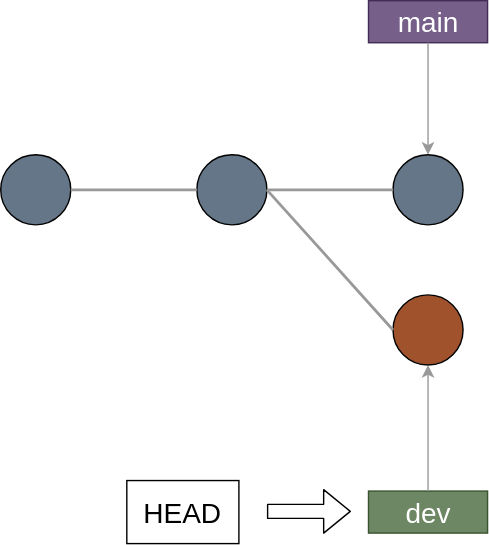
Before: slidev/drawio/git_branch.svg, a diagram exported from draw.io (kazuyanagimoto/github-workshop). Source tidied: cells renumbered, new cells last; positions are measured from the earlier drawing's top-left corner, leaving out a move shared by most shapes.
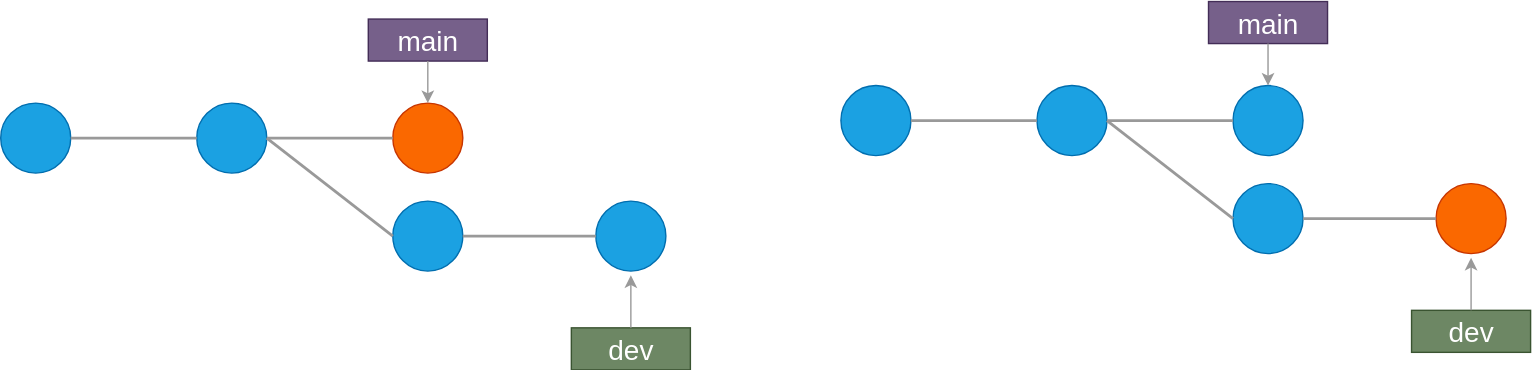
Later version of the same file.

Change to the diagram source:
```diff
@@ -2,17 +2,17 @@
   <root>
     <mxCell id="0" />
     <mxCell id="1" parent="0" />
-    <mxCell id="2" style="ellipse;whiteSpace=wrap;html=1;fillColor=#647687;fontColor=#ffffff;strokeColor=#000000;" parent="1" vertex="1">
+    <mxCell id="2" style="ellipse;whiteSpace=wrap;html=1;fillColor=#1ba1e2;fontColor=#ffffff;strokeColor=#006EAF;" parent="1" vertex="1">
       <mxGeometry y="110" width="50" height="50" as="geometry" />
     </mxCell>
-    <mxCell id="3" style="ellipse;whiteSpace=wrap;html=1;fillColor=#647687;fontColor=#ffffff;strokeColor=#000000;" parent="1" vertex="1">
+    <mxCell id="3" style="ellipse;whiteSpace=wrap;html=1;fillColor=#1ba1e2;fontColor=#ffffff;strokeColor=#006EAF;" parent="1" vertex="1">
       <mxGeometry x="140" y="110" width="50" height="50" as="geometry" />
     </mxCell>
-    <mxCell id="4" style="ellipse;whiteSpace=wrap;html=1;fillColor=#647687;fontColor=#ffffff;strokeColor=#000000;" parent="1" vertex="1">
+    <mxCell id="4" style="ellipse;whiteSpace=wrap;html=1;fillColor=#fa6800;fontColor=#000000;strokeColor=#C73500;" parent="1" vertex="1">
       <mxGeometry x="280" y="110" width="50" height="50" as="geometry" />
     </mxCell>
-    <mxCell id="5" style="ellipse;whiteSpace=wrap;html=1;fontColor=#ffffff;strokeColor=#000000;fillColor=#A0522D;" parent="1" vertex="1">
-      <mxGeometry x="280" y="210" width="50" height="50" as="geometry" />
+    <mxCell id="5" style="ellipse;whiteSpace=wrap;html=1;fontColor=#ffffff;strokeColor=#006EAF;fillColor=#1ba1e2;" parent="1" vertex="1">
+      <mxGeometry x="280" y="180" width="50" height="50" as="geometry" />
     </mxCell>
     <mxCell id="6" style="endArrow=none;html=1;exitX=1;exitY=0.5;exitDx=0;exitDy=0;entryX=0;entryY=0.5;entryDx=0;entryDy=0;strokeColor=#999999;strokeWidth=2;" parent="1" edge="1" source="2" target="3">
       <mxGeometry relative="1" as="geometry" />
@@ -24,25 +24,83 @@
       <mxGeometry relative="1" as="geometry" />
     </mxCell>
     <mxCell id="9" value="main" style="rounded=1;whiteSpace=wrap;html=1;fillColor=#76608a;strokeColor=#432D57;fontColor=#ffffff;fontSize=20;arcSize=0;" parent="1" vertex="1">
-      <mxGeometry x="262.5" width="85" height="30" as="geometry" />
+      <mxGeometry x="262.5" y="50" width="85" height="30" as="geometry" />
     </mxCell>
     <mxCell id="10" style="endArrow=classic;html=1;fontSize=20;exitX=0.5;exitY=1;exitDx=0;exitDy=0;entryX=0.5;entryY=0;entryDx=0;entryDy=0;strokeColor=#999999;" parent="1" edge="1" source="9" target="4">
       <mxGeometry relative="1" as="geometry" />
     </mxCell>
     <mxCell id="11" value="dev" style="rounded=1;whiteSpace=wrap;html=1;fillColor=#6d8764;strokeColor=#3A5431;fontColor=#ffffff;fontSize=20;arcSize=0;" parent="1" vertex="1">
-      <mxGeometry x="262.5" y="350" width="85" height="30" as="geometry" />
+      <mxGeometry x="407.5" y="270.5" width="85" height="30" as="geometry" />
     </mxCell>
-    <mxCell id="12" style="endArrow=classic;html=1;fontSize=20;exitX=0.5;exitY=0;exitDx=0;exitDy=0;entryX=0.5;entryY=1;entryDx=0;entryDy=0;strokeColor=#999999;" parent="1" edge="1" source="11" target="5">
-      <mxGeometry relative="1" as="geometry" />
+    <mxCell id="12" style="endArrow=classic;html=1;fontSize=20;exitX=0.5;exitY=0;exitDx=0;exitDy=0;entryX=0.5;entryY=1;entryDx=0;entryDy=0;strokeColor=#999999;" parent="1" edge="1" source="11">
+      <mxGeometry relative="1" as="geometry">
+        <mxPoint x="450" y="233" as="targetPoint" />
+      </mxGeometry>
     </mxCell>
-    <mxCell id="13" value="HEAD" style="rounded=0;whiteSpace=wrap;html=1;fontSize=20;" parent="1" vertex="1">
-      <mxGeometry x="90" y="342.5" width="80" height="45" as="geometry" />
+    <mxCell id="13" value="HEAD" style="rounded=0;whiteSpace=wrap;html=1;fontSize=20;fillColor=none;fontColor=#FFFFFF;strokeColor=#FFFFFF;" parent="1" vertex="1">
+      <mxGeometry x="90" y="42.5" width="80" height="45" as="geometry" />
     </mxCell>
-    <mxCell id="14" style="shape=flexArrow;endArrow=classic;html=1;fontSize=20;" parent="1" edge="1">
+    <mxCell id="14" style="shape=flexArrow;endArrow=classic;html=1;fontSize=20;strokeColor=#FFFFFF;" parent="1" edge="1">
       <mxGeometry relative="1" as="geometry">
-        <mxPoint x="190" y="364.5" as="sourcePoint" />
-        <mxPoint x="250" y="364.5" as="targetPoint" />
+        <mxPoint x="190" y="64.5" as="sourcePoint" />
+        <mxPoint x="250" y="64.5" as="targetPoint" />
       </mxGeometry>
     </mxCell>
+    <mxCell id="15" style="ellipse;whiteSpace=wrap;html=1;fontColor=#ffffff;strokeColor=#006EAF;fillColor=#1ba1e2;" parent="1" vertex="1">
+      <mxGeometry x="425" y="180" width="50" height="50" as="geometry" />
+    </mxCell>
+    <mxCell id="16" style="endArrow=none;html=1;strokeWidth=2;entryX=0;entryY=0.5;entryDx=0;entryDy=0;strokeColor=#999999;exitX=1;exitY=0.5;exitDx=0;exitDy=0;" parent="1" edge="1" source="5" target="15">
+      <mxGeometry relative="1" as="geometry" />
+    </mxCell>
+    <mxCell id="17" style="ellipse;whiteSpace=wrap;html=1;fillColor=#1ba1e2;fontColor=#ffffff;strokeColor=#006EAF;" parent="1" vertex="1">
+      <mxGeometry x="600" y="97.5" width="50" height="50" as="geometry" />
+    </mxCell>
+    <mxCell id="18" style="ellipse;whiteSpace=wrap;html=1;fillColor=#1ba1e2;fontColor=#ffffff;strokeColor=#006EAF;" parent="1" vertex="1">
+      <mxGeometry x="740" y="97.5" width="50" height="50" as="geometry" />
+    </mxCell>
+    <mxCell id="19" style="ellipse;whiteSpace=wrap;html=1;fillColor=#1ba1e2;fontColor=#ffffff;strokeColor=#006EAF;" parent="1" vertex="1">
+      <mxGeometry x="880" y="97.5" width="50" height="50" as="geometry" />
+    </mxCell>
+    <mxCell id="20" style="ellipse;whiteSpace=wrap;html=1;fontColor=#ffffff;strokeColor=#006EAF;fillColor=#1ba1e2;" parent="1" vertex="1">
+      <mxGeometry x="880" y="167.5" width="50" height="50" as="geometry" />
+    </mxCell>
+    <mxCell id="21" style="endArrow=none;html=1;exitX=1;exitY=0.5;exitDx=0;exitDy=0;entryX=0;entryY=0.5;entryDx=0;entryDy=0;strokeColor=#999999;strokeWidth=2;" parent="1" edge="1" source="17" target="18">
+      <mxGeometry relative="1" as="geometry" />
+    </mxCell>
+    <mxCell id="22" style="endArrow=none;html=1;entryX=0;entryY=0.5;entryDx=0;entryDy=0;exitX=1;exitY=0.5;exitDx=0;exitDy=0;strokeColor=#999999;strokeWidth=2;" parent="1" edge="1" source="18" target="19">
+      <mxGeometry relative="1" as="geometry" />
+    </mxCell>
+    <mxCell id="23" style="endArrow=none;html=1;exitX=1;exitY=0.5;exitDx=0;exitDy=0;strokeWidth=2;entryX=0;entryY=0.5;entryDx=0;entryDy=0;strokeColor=#999999;" parent="1" edge="1" source="18" target="20">
+      <mxGeometry relative="1" as="geometry" />
+    </mxCell>
+    <mxCell id="24" value="main" style="rounded=1;whiteSpace=wrap;html=1;fillColor=#76608a;strokeColor=#432D57;fontColor=#ffffff;fontSize=20;arcSize=0;" parent="1" vertex="1">
+      <mxGeometry x="862.5" y="37.5" width="85" height="30" as="geometry" />
+    </mxCell>
+    <mxCell id="25" style="endArrow=classic;html=1;fontSize=20;exitX=0.5;exitY=1;exitDx=0;exitDy=0;entryX=0.5;entryY=0;entryDx=0;entryDy=0;strokeColor=#999999;" parent="1" edge="1" source="24" target="19">
+      <mxGeometry relative="1" as="geometry" />
+    </mxCell>
+    <mxCell id="26" value="dev" style="rounded=1;whiteSpace=wrap;html=1;fillColor=#6d8764;strokeColor=#3A5431;fontColor=#ffffff;fontSize=20;arcSize=0;" parent="1" vertex="1">
+      <mxGeometry x="1007.5" y="258" width="85" height="30" as="geometry" />
+    </mxCell>
+    <mxCell id="27" style="endArrow=classic;html=1;fontSize=20;exitX=0.5;exitY=0;exitDx=0;exitDy=0;entryX=0.5;entryY=1;entryDx=0;entryDy=0;strokeColor=#999999;" parent="1" edge="1" source="26">
+      <mxGeometry relative="1" as="geometry">
+        <mxPoint x="1050" y="220.5" as="targetPoint" />
+      </mxGeometry>
+    </mxCell>
+    <mxCell id="28" value="HEAD" style="rounded=0;whiteSpace=wrap;html=1;fontSize=20;fillColor=none;fontColor=#FFFFFF;strokeColor=#FFFFFF;" parent="1" vertex="1">
+      <mxGeometry x="830" y="250.5" width="80" height="45" as="geometry" />
+    </mxCell>
+    <mxCell id="29" style="shape=flexArrow;endArrow=classic;html=1;fontSize=20;strokeColor=#FFFFFF;" parent="1" edge="1">
+      <mxGeometry relative="1" as="geometry">
+        <mxPoint x="930" y="272.5" as="sourcePoint" />
+        <mxPoint x="990" y="272.5" as="targetPoint" />
+      </mxGeometry>
+    </mxCell>
+    <mxCell id="30" style="ellipse;whiteSpace=wrap;html=1;fontColor=#000000;strokeColor=#C73500;fillColor=#fa6800;" parent="1" vertex="1">
+      <mxGeometry x="1025" y="167.5" width="50" height="50" as="geometry" />
+    </mxCell>
+    <mxCell id="31" style="endArrow=none;html=1;strokeWidth=2;entryX=0;entryY=0.5;entryDx=0;entryDy=0;strokeColor=#999999;exitX=1;exitY=0.5;exitDx=0;exitDy=0;" parent="1" edge="1" source="20" target="30">
+      <mxGeometry relative="1" as="geometry" />
+    </mxCell>
   </root>
 </mxGraphModel>
```
